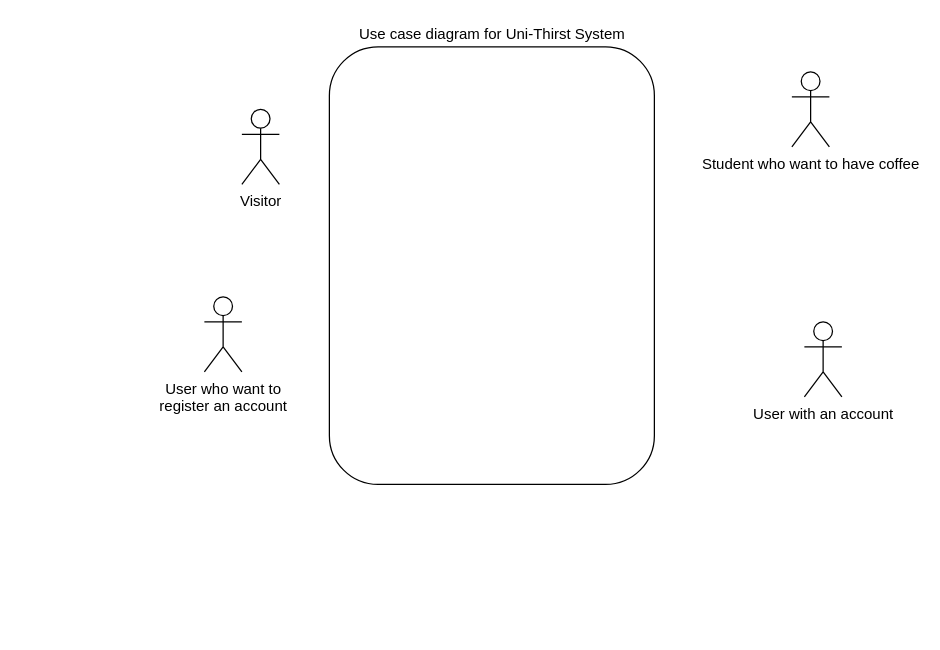
Before: src/Untitled Diagram.drawio in Allen-W426/java-8-lambdas-exercises, a draw.io diagram. Source tidied: cells renumbered, new cells numbered last; positions are measured from the earlier drawing's top-left corner, leaving out a move shared by most shapes. Both pictures are drawn from the tidied source at 125%, with x=0, y=0 at pixel (204, 21).
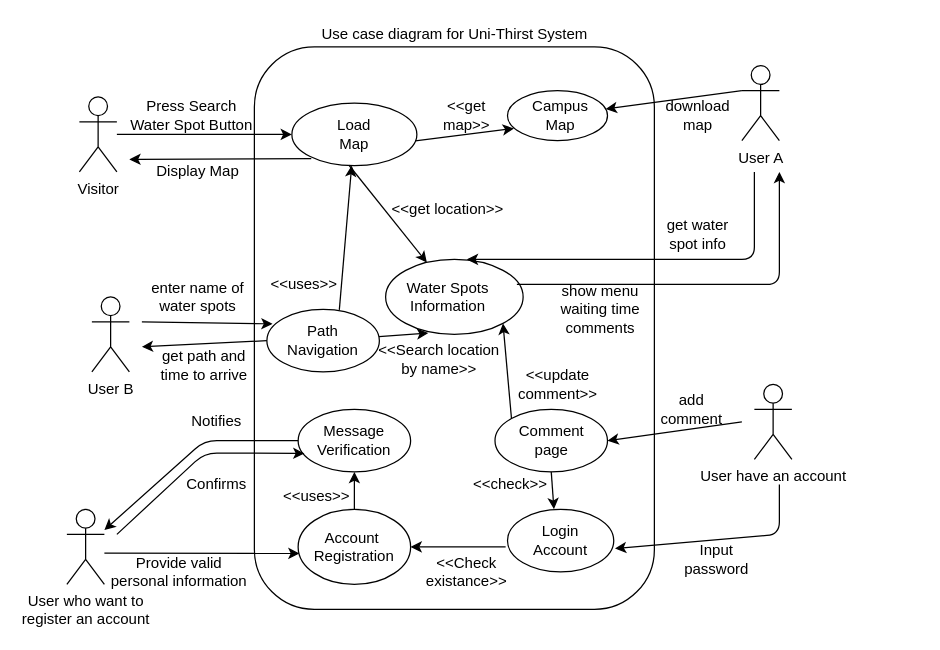
Above is the later version.

What changed in the source:
```diff
@@
     <mxCell id="2" style="rounded=1;whiteSpace=wrap;html=1;" parent="1" vertex="1">
-      <mxGeometry x="100" y="20" width="260" height="350" as="geometry" />
+      <mxGeometry x="40" y="20" width="320" height="450" as="geometry" />
     </mxCell>
     <mxCell id="3" value="Use case diagram for Uni-Thirst System" style="text;html=1;align=center;verticalAlign=middle;strokeColor=none;" parent="1" vertex="1">
-      <mxGeometry x="115" width="230" height="20" as="geometry" />
+      <mxGeometry x="85" width="230" height="20" as="geometry" />
     </mxCell>
     <mxCell id="4" value="Visitor" style="shape=umlActor;verticalLabelPosition=bottom;verticalAlign=top;html=1;outlineConnect=0;" parent="1" vertex="1">
-      <mxGeometry x="30" y="70" width="30" height="60" as="geometry" />
+      <mxGeometry x="-100" y="60" width="30" height="60" as="geometry" />
     </mxCell>
     <mxCell id="5" value="User who want to &lt;br&gt;register an account" style="shape=umlActor;verticalLabelPosition=bottom;verticalAlign=top;html=1;outlineConnect=0;" parent="1" vertex="1">
-      <mxGeometry y="220" width="30" height="60" as="geometry" />
+      <mxGeometry x="-110" y="390" width="30" height="60" as="geometry" />
     </mxCell>
-    <mxCell id="6" value="User with an account" style="shape=umlActor;verticalLabelPosition=bottom;verticalAlign=top;html=1;" parent="1" vertex="1">
-      <mxGeometry x="480" y="240" width="30" height="60" as="geometry" />
+    <mxCell id="6" value="User have an account" style="shape=umlActor;verticalLabelPosition=bottom;verticalAlign=top;html=1;" parent="1" vertex="1">
+      <mxGeometry x="440" y="290" width="30" height="60" as="geometry" />
     </mxCell>
-    <mxCell id="7" value="Student who want to have coffee" style="shape=umlActor;verticalLabelPosition=bottom;verticalAlign=top;html=1;outlineConnect=0;" parent="1" vertex="1">
-      <mxGeometry x="470" y="40" width="30" height="60" as="geometry" />
+    <mxCell id="7" value="User A" style="shape=umlActor;verticalLabelPosition=bottom;verticalAlign=top;html=1;outlineConnect=0;" parent="1" vertex="1">
+      <mxGeometry x="430" y="35" width="30" height="60" as="geometry" />
     </mxCell>
+    <mxCell id="8" style="endArrow=classic;html=1;" parent="1" edge="1" source="4">
+      <mxGeometry relative="1" as="geometry">
+        <mxPoint x="70" y="90" as="targetPoint" />
+      </mxGeometry>
+    </mxCell>
+    <mxCell id="9" style="endArrow=classic;html=1;entryX=0.012;entryY=0.587;entryDx=0;entryDy=0;entryPerimeter=0;" parent="1" edge="1" target="11">
+      <mxGeometry relative="1" as="geometry">
+        <mxPoint x="-80" y="425" as="sourcePoint" />
+      </mxGeometry>
+    </mxCell>
+    <mxCell id="10" value="Provide valid personal information" style="text;html=1;strokeColor=none;fillColor=none;align=center;verticalAlign=middle;whiteSpace=wrap;rounded=0;" parent="1" vertex="1">
+      <mxGeometry x="-80" y="430" width="120" height="20" as="geometry" />
+    </mxCell>
+    <mxCell id="11" style="ellipse;whiteSpace=wrap;html=1;" parent="1" vertex="1">
+      <mxGeometry x="75" y="390" width="90" height="60" as="geometry" />
+    </mxCell>
+    <mxCell id="12" value="Account&amp;nbsp;&lt;br&gt;Registration" style="text;html=1;strokeColor=none;fillColor=none;align=center;verticalAlign=middle;whiteSpace=wrap;rounded=0;" parent="1" vertex="1">
+      <mxGeometry x="100" y="410" width="40" height="20" as="geometry" />
+    </mxCell>
+    <mxCell id="13" style="ellipse;whiteSpace=wrap;html=1;" parent="1" vertex="1">
+      <mxGeometry x="75" y="310" width="90" height="50" as="geometry" />
+    </mxCell>
+    <mxCell id="14" value="Message Verification" style="text;html=1;strokeColor=none;fillColor=none;align=center;verticalAlign=middle;whiteSpace=wrap;rounded=0;" parent="1" vertex="1">
+      <mxGeometry x="100" y="325" width="40" height="20" as="geometry" />
+    </mxCell>
+    <mxCell id="15" style="endArrow=classic;html=1;exitX=0.5;exitY=0;exitDx=0;exitDy=0;entryX=0.5;entryY=1;entryDx=0;entryDy=0;" parent="1" edge="1" source="11" target="13">
+      <mxGeometry relative="1" as="geometry" />
+    </mxCell>
+    <mxCell id="16" value="&amp;lt;&amp;lt;uses&amp;gt;&amp;gt;" style="text;html=1;strokeColor=none;fillColor=none;align=center;verticalAlign=middle;whiteSpace=wrap;rounded=0;" parent="1" vertex="1">
+      <mxGeometry x="70" y="370" width="40" height="20" as="geometry" />
+    </mxCell>
+    <mxCell id="17" style="endArrow=classic;html=1;exitX=0;exitY=0.5;exitDx=0;exitDy=0;" parent="1" edge="1" source="13" target="5">
+      <mxGeometry relative="1" as="geometry">
+        <Array as="points">
+          <mxPoint y="335" />
+        </Array>
+      </mxGeometry>
+    </mxCell>
+    <mxCell id="18" value="Notifies" style="text;html=1;strokeColor=none;fillColor=none;align=center;verticalAlign=middle;whiteSpace=wrap;rounded=0;" parent="1" vertex="1">
+      <mxGeometry x="-10" y="310" width="40" height="20" as="geometry" />
+    </mxCell>
+    <mxCell id="19" style="endArrow=classic;html=1;entryX=0.056;entryY=0.704;entryDx=0;entryDy=0;entryPerimeter=0;" parent="1" edge="1" target="13">
+      <mxGeometry relative="1" as="geometry">
+        <mxPoint x="-70" y="410" as="sourcePoint" />
+        <Array as="points">
+          <mxPoint y="345" />
+        </Array>
+      </mxGeometry>
+    </mxCell>
+    <mxCell id="20" value="Confirms" style="text;html=1;strokeColor=none;fillColor=none;align=center;verticalAlign=middle;whiteSpace=wrap;rounded=0;" parent="1" vertex="1">
+      <mxGeometry x="-10" y="360" width="40" height="20" as="geometry" />
+    </mxCell>
+    <mxCell id="21" style="ellipse;whiteSpace=wrap;html=1;" parent="1" vertex="1">
+      <mxGeometry x="242.5" y="390" width="85" height="50" as="geometry" />
+    </mxCell>
+    <mxCell id="22" value="Login&lt;br&gt;Account" style="text;html=1;strokeColor=none;fillColor=none;align=center;verticalAlign=middle;whiteSpace=wrap;rounded=0;" parent="1" vertex="1">
+      <mxGeometry x="265" y="405" width="40" height="20" as="geometry" />
+    </mxCell>
+    <mxCell id="23" style="endArrow=classic;html=1;entryX=1.012;entryY=0.626;entryDx=0;entryDy=0;entryPerimeter=0;" parent="1" edge="1" target="21">
+      <mxGeometry relative="1" as="geometry">
+        <mxPoint x="460" y="370" as="sourcePoint" />
+        <Array as="points">
+          <mxPoint x="460" y="410" />
+        </Array>
+      </mxGeometry>
+    </mxCell>
+    <mxCell id="24" value="Input password" style="text;html=1;strokeColor=none;fillColor=none;align=center;verticalAlign=middle;whiteSpace=wrap;rounded=0;" parent="1" vertex="1">
+      <mxGeometry x="390" y="420" width="40" height="20" as="geometry" />
+    </mxCell>
+    <mxCell id="25" style="endArrow=classic;html=1;" parent="1" edge="1" target="11">
+      <mxGeometry relative="1" as="geometry">
+        <mxPoint x="241" y="420" as="sourcePoint" />
+      </mxGeometry>
+    </mxCell>
+    <mxCell id="26" value="&amp;lt;&amp;lt;Check&lt;br&gt;existance&amp;gt;&amp;gt;" style="text;html=1;strokeColor=none;fillColor=none;align=center;verticalAlign=middle;whiteSpace=wrap;rounded=0;" parent="1" vertex="1">
+      <mxGeometry x="190" y="430" width="40" height="20" as="geometry" />
+    </mxCell>
+    <mxCell id="27" style="ellipse;whiteSpace=wrap;html=1;" parent="1" vertex="1">
+      <mxGeometry x="70" y="65" width="100" height="50" as="geometry" />
+    </mxCell>
+    <mxCell id="28" value="Load Map" style="text;html=1;strokeColor=none;fillColor=none;align=center;verticalAlign=middle;whiteSpace=wrap;rounded=0;" parent="1" vertex="1">
+      <mxGeometry x="100" y="80" width="40" height="20" as="geometry" />
+    </mxCell>
+    <mxCell id="29" value="Press Search Water Spot Button" style="text;html=1;strokeColor=none;fillColor=none;align=center;verticalAlign=middle;whiteSpace=wrap;rounded=0;" parent="1" vertex="1">
+      <mxGeometry x="-60" y="65" width="100" height="20" as="geometry" />
+    </mxCell>
+    <mxCell id="30" style="ellipse;whiteSpace=wrap;html=1;" parent="1" vertex="1">
+      <mxGeometry x="145" y="190" width="110" height="60" as="geometry" />
+    </mxCell>
+    <mxCell id="31" value="Water Spots Information" style="text;html=1;strokeColor=none;fillColor=none;align=center;verticalAlign=middle;whiteSpace=wrap;rounded=0;" parent="1" vertex="1">
+      <mxGeometry x="155" y="210" width="80" height="20" as="geometry" />
+    </mxCell>
+    <mxCell id="32" value="&amp;lt;&amp;lt;get location&amp;gt;&amp;gt;" style="text;html=1;strokeColor=none;fillColor=none;align=center;verticalAlign=middle;whiteSpace=wrap;rounded=0;" parent="1" vertex="1">
+      <mxGeometry x="145" y="140" width="100" height="20" as="geometry" />
+    </mxCell>
+    <mxCell id="33" style="endArrow=classic;html=1;exitX=0.155;exitY=0.889;exitDx=0;exitDy=0;exitPerimeter=0;" parent="1" edge="1" source="27">
+      <mxGeometry relative="1" as="geometry">
+        <mxPoint x="-60" y="110" as="targetPoint" />
+      </mxGeometry>
+    </mxCell>
+    <mxCell id="34" value="Display Map" style="text;html=1;strokeColor=none;fillColor=none;align=center;verticalAlign=middle;whiteSpace=wrap;rounded=0;" parent="1" vertex="1">
+      <mxGeometry x="-40" y="110" width="70" height="20" as="geometry" />
+    </mxCell>
+    <mxCell id="35" style="ellipse;whiteSpace=wrap;html=1;" parent="1" vertex="1">
+      <mxGeometry x="242.5" y="55" width="80" height="40" as="geometry" />
+    </mxCell>
+    <mxCell id="36" value="Campus Map" style="text;html=1;strokeColor=none;fillColor=none;align=center;verticalAlign=middle;whiteSpace=wrap;rounded=0;" parent="1" vertex="1">
+      <mxGeometry x="265" y="65" width="40" height="20" as="geometry" />
+    </mxCell>
+    <mxCell id="37" style="endArrow=classic;html=1;exitX=0;exitY=0.3333333333333333;exitDx=0;exitDy=0;exitPerimeter=0;" parent="1" edge="1" source="7" target="35">
+      <mxGeometry relative="1" as="geometry" />
+    </mxCell>
+    <mxCell id="38" value="download map" style="text;html=1;strokeColor=none;fillColor=none;align=center;verticalAlign=middle;whiteSpace=wrap;rounded=0;" parent="1" vertex="1">
+      <mxGeometry x="360" y="65" width="70" height="20" as="geometry" />
+    </mxCell>
+    <mxCell id="39" value="&amp;lt;&amp;lt;get map&amp;gt;&amp;gt;" style="text;html=1;strokeColor=none;fillColor=none;align=center;verticalAlign=middle;whiteSpace=wrap;rounded=0;" parent="1" vertex="1">
+      <mxGeometry x="190" y="65" width="40" height="20" as="geometry" />
+    </mxCell>
+    <mxCell id="40" style="endArrow=classic;html=1;exitX=0.987;exitY=0.603;exitDx=0;exitDy=0;exitPerimeter=0;entryX=0.064;entryY=0.757;entryDx=0;entryDy=0;entryPerimeter=0;" parent="1" edge="1" source="27" target="35">
+      <mxGeometry relative="1" as="geometry" />
+    </mxCell>
+    <mxCell id="41" style="endArrow=classic;html=1;exitX=0.457;exitY=0.994;exitDx=0;exitDy=0;exitPerimeter=0;" parent="1" edge="1" source="27" target="30">
+      <mxGeometry relative="1" as="geometry" />
+    </mxCell>
+    <mxCell id="42" style="endArrow=classic;html=1;" parent="1" edge="1">
+      <mxGeometry relative="1" as="geometry">
+        <mxPoint x="440" y="120" as="sourcePoint" />
+        <mxPoint x="210" y="190" as="targetPoint" />
+        <Array as="points">
+          <mxPoint x="440" y="190" />
+        </Array>
+      </mxGeometry>
+    </mxCell>
+    <mxCell id="43" value="get water spot info" style="text;html=1;strokeColor=none;fillColor=none;align=center;verticalAlign=middle;whiteSpace=wrap;rounded=0;" parent="1" vertex="1">
+      <mxGeometry x="360" y="160" width="70" height="20" as="geometry" />
+    </mxCell>
+    <mxCell id="44" style="endArrow=classic;html=1;" parent="1" edge="1">
+      <mxGeometry relative="1" as="geometry">
+        <mxPoint x="250" y="210" as="sourcePoint" />
+        <mxPoint x="460" y="120" as="targetPoint" />
+        <Array as="points">
+          <mxPoint x="460" y="210" />
+        </Array>
+      </mxGeometry>
+    </mxCell>
+    <mxCell id="45" value="show menu&lt;br&gt;waiting time &lt;br&gt;comments" style="text;html=1;strokeColor=none;fillColor=none;align=center;verticalAlign=middle;whiteSpace=wrap;rounded=0;" parent="1" vertex="1">
+      <mxGeometry x="272.5" y="220" width="87.5" height="20" as="geometry" />
+    </mxCell>
+    <mxCell id="46" value="add comment" style="text;html=1;strokeColor=none;fillColor=none;align=center;verticalAlign=middle;whiteSpace=wrap;rounded=0;" parent="1" vertex="1">
+      <mxGeometry x="370" y="300" width="40" height="20" as="geometry" />
+    </mxCell>
+    <mxCell id="47" style="ellipse;whiteSpace=wrap;html=1;" parent="1" vertex="1">
+      <mxGeometry x="232.5" y="310" width="90" height="50" as="geometry" />
+    </mxCell>
+    <mxCell id="48" value="Comment page" style="text;html=1;strokeColor=none;fillColor=none;align=center;verticalAlign=middle;whiteSpace=wrap;rounded=0;" parent="1" vertex="1">
+      <mxGeometry x="257.5" y="325" width="40" height="20" as="geometry" />
+    </mxCell>
+    <mxCell id="49" style="endArrow=classic;html=1;entryX=1;entryY=0.5;entryDx=0;entryDy=0;" parent="1" edge="1" target="47">
+      <mxGeometry relative="1" as="geometry">
+        <mxPoint x="430" y="320" as="sourcePoint" />
+      </mxGeometry>
+    </mxCell>
+    <mxCell id="50" style="endArrow=classic;html=1;exitX=0.5;exitY=1;exitDx=0;exitDy=0;entryX=0.437;entryY=-0.003;entryDx=0;entryDy=0;entryPerimeter=0;" parent="1" edge="1" source="47" target="21">
+      <mxGeometry relative="1" as="geometry" />
+    </mxCell>
+    <mxCell id="51" value="&amp;lt;&amp;lt;check&amp;gt;&amp;gt;" style="text;html=1;strokeColor=none;fillColor=none;align=center;verticalAlign=middle;whiteSpace=wrap;rounded=0;" parent="1" vertex="1">
+      <mxGeometry x="225" y="360" width="40" height="20" as="geometry" />
+    </mxCell>
+    <mxCell id="52" style="endArrow=classic;html=1;exitX=0;exitY=0;exitDx=0;exitDy=0;entryX=1;entryY=1;entryDx=0;entryDy=0;" parent="1" edge="1" source="47" target="30">
+      <mxGeometry relative="1" as="geometry" />
+    </mxCell>
+    <mxCell id="53" value="&amp;lt;&amp;lt;update comment&amp;gt;&amp;gt;" style="text;html=1;strokeColor=none;fillColor=none;align=center;verticalAlign=middle;whiteSpace=wrap;rounded=0;" parent="1" vertex="1">
+      <mxGeometry x="262.5" y="280" width="40" height="20" as="geometry" />
+    </mxCell>
+    <mxCell id="54" style="ellipse;whiteSpace=wrap;html=1;" parent="1" vertex="1">
+      <mxGeometry x="50" y="230" width="90" height="50" as="geometry" />
+    </mxCell>
+    <mxCell id="55" value="Path&lt;br&gt;Navigation" style="text;html=1;strokeColor=none;fillColor=none;align=center;verticalAlign=middle;whiteSpace=wrap;rounded=0;" parent="1" vertex="1">
+      <mxGeometry x="75" y="245" width="40" height="20" as="geometry" />
+    </mxCell>
+    <mxCell id="56" style="endArrow=classic;html=1;exitX=0.644;exitY=0.008;exitDx=0;exitDy=0;exitPerimeter=0;" parent="1" edge="1" source="54" target="27">
+      <mxGeometry relative="1" as="geometry" />
+    </mxCell>
+    <mxCell id="57" value="&amp;lt;&amp;lt;uses&amp;gt;&amp;gt;" style="text;html=1;strokeColor=none;fillColor=none;align=center;verticalAlign=middle;whiteSpace=wrap;rounded=0;" parent="1" vertex="1">
+      <mxGeometry x="60" y="200" width="40" height="20" as="geometry" />
+    </mxCell>
+    <mxCell id="58" value="User B" style="shape=umlActor;verticalLabelPosition=bottom;verticalAlign=top;html=1;" parent="1" vertex="1">
+      <mxGeometry x="-90" y="220" width="30" height="60" as="geometry" />
+    </mxCell>
+    <mxCell id="59" style="endArrow=classic;html=1;entryX=0.05;entryY=0.232;entryDx=0;entryDy=0;entryPerimeter=0;" parent="1" edge="1" target="54">
+      <mxGeometry relative="1" as="geometry">
+        <mxPoint x="-50" y="240" as="sourcePoint" />
+      </mxGeometry>
+    </mxCell>
+    <mxCell id="60" value="enter name of water spots" style="text;html=1;strokeColor=none;fillColor=none;align=center;verticalAlign=middle;whiteSpace=wrap;rounded=0;" parent="1" vertex="1">
+      <mxGeometry x="-50" y="210" width="90" height="20" as="geometry" />
+    </mxCell>
+    <mxCell id="61" style="endArrow=classic;html=1;entryX=0.31;entryY=0.983;entryDx=0;entryDy=0;entryPerimeter=0;" parent="1" edge="1" source="54" target="30">
+      <mxGeometry relative="1" as="geometry" />
+    </mxCell>
+    <mxCell id="62" value="&amp;lt;&amp;lt;Search location by name&amp;gt;&amp;gt;" style="text;html=1;strokeColor=none;fillColor=none;align=center;verticalAlign=middle;whiteSpace=wrap;rounded=0;" parent="1" vertex="1">
+      <mxGeometry x="132.5" y="260" width="110" height="20" as="geometry" />
+    </mxCell>
+    <mxCell id="63" style="endArrow=classic;html=1;exitX=0;exitY=0.5;exitDx=0;exitDy=0;" parent="1" edge="1" source="54">
+      <mxGeometry relative="1" as="geometry">
+        <mxPoint x="-50" y="260" as="targetPoint" />
+      </mxGeometry>
+    </mxCell>
+    <mxCell id="64" value="get path and time to arrive" style="text;html=1;strokeColor=none;fillColor=none;align=center;verticalAlign=middle;whiteSpace=wrap;rounded=0;" parent="1" vertex="1">
+      <mxGeometry x="-40" y="265" width="80" height="20" as="geometry" />
+    </mxCell>
```
